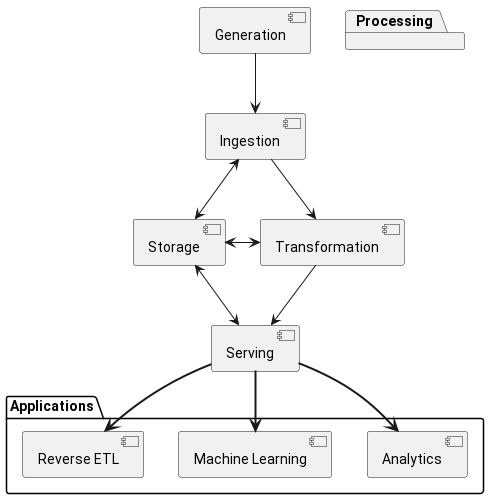
Before: Content/images/data-eng-lifecycle.png, a diagram exported from PlantUML (rajp152k/buffer).
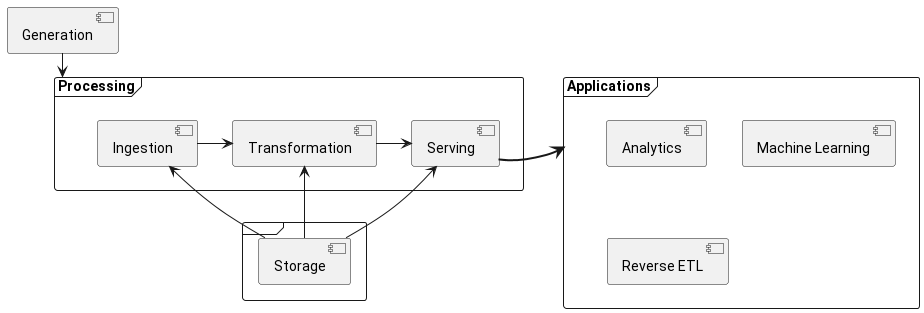
The same file after the commit.

What changed in the source:
```diff
@@ -1,23 +1,25 @@
 @startuml
-[Ingestion] <-> [Storage]
-[Storage] <-> [Transformation]
-[Storage] <-> [Serving]
 
-package Processing {
-        [Ingestion] --> [Transformation]
-        [Transformation]  --> [Serving]
+frame {
+        [Storage]
 }
 
-[Generation] --> [Ingestion]
+frame Processing {
+        [Ingestion] -right-> [Transformation]
+        [Transformation]  -right-> [Serving]
 
-package Applications {
+        [Storage] -up-> [Ingestion]
+        [Storage] -up-> [Transformation]
+        [Storage] -up-> [Serving]
+}
+
+[Generation] -down-> [Processing]
+
+frame Applications {
 [Analytics]
 [Machine Learning]
 [Reverse ETL]
 }
 
-Serving ==> [Analytics]
-Serving ==> [Machine Learning]
-Serving ==> [Reverse ETL]
-
+Serving =right=> Applications
 @enduml
```
